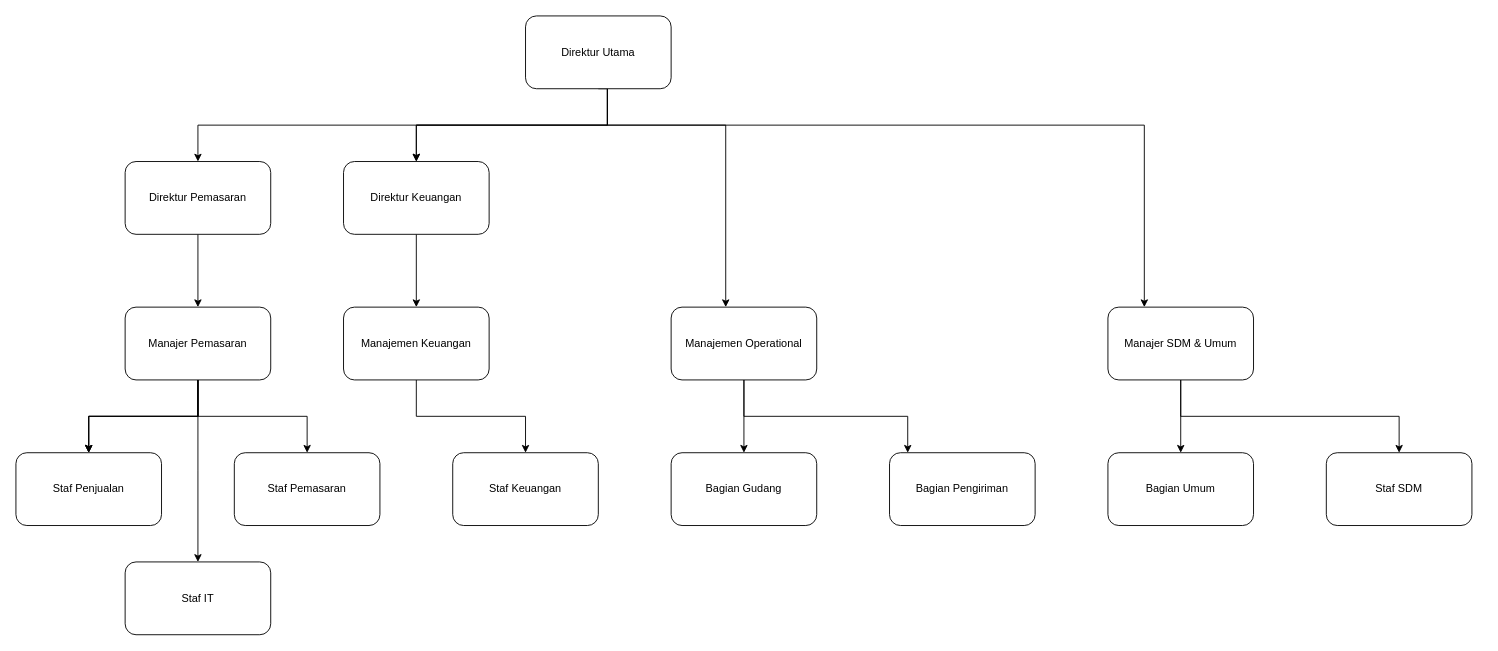
Before: stuktur-org-soka.drawio in xoghub/diagrams, a draw.io diagram. Source tidied: cells renumbered, new cells numbered last; positions are measured from the earlier drawing's top-left corner, leaving out a move shared by most shapes. Both pictures are drawn from the tidied source at 91%, with x=0, y=0 at pixel (15, 15).
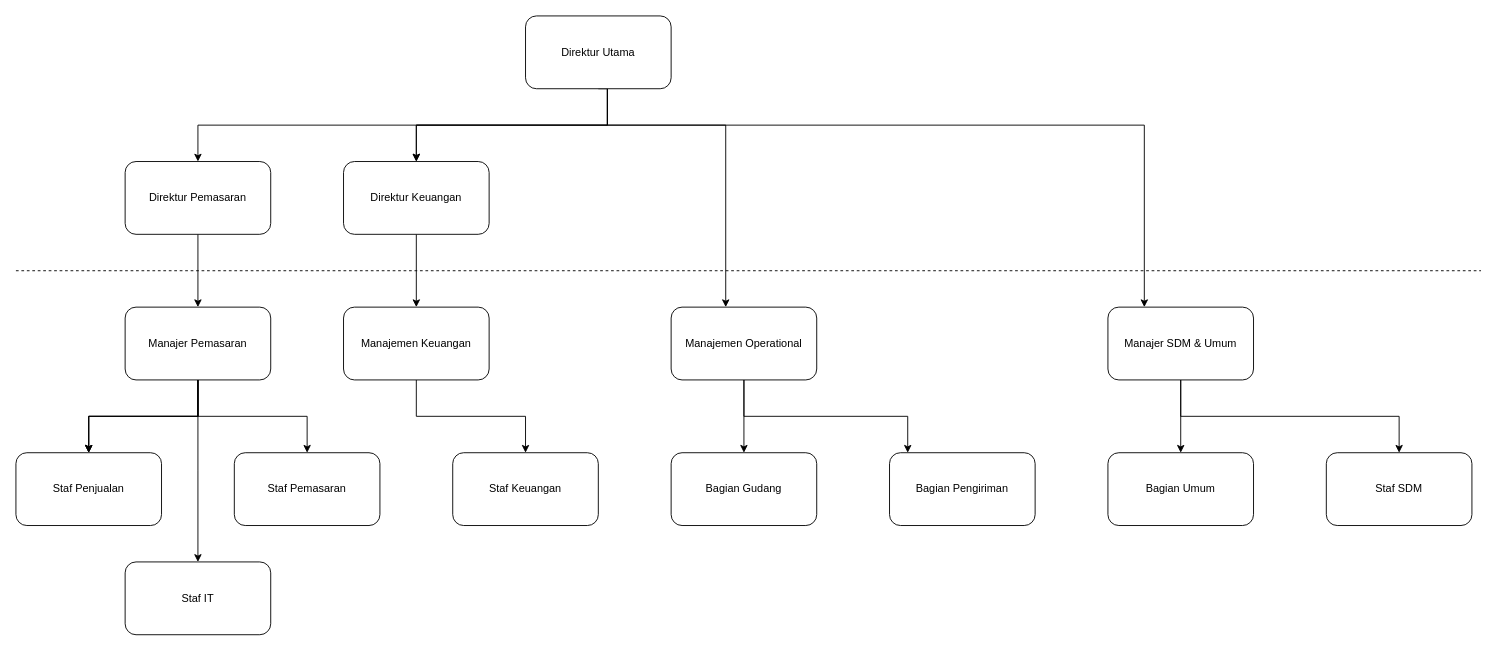
After the change.

Diff of the diagram source:
```diff
@@
+    <mxCell id="34" style="endArrow=none;dashed=1;html=1;rounded=0;" parent="1" edge="1">
+      <mxGeometry relative="1" as="geometry">
+        <mxPoint y="280" as="sourcePoint" />
+        <mxPoint x="1610" y="280" as="targetPoint" />
+      </mxGeometry>
+    </mxCell>
```
